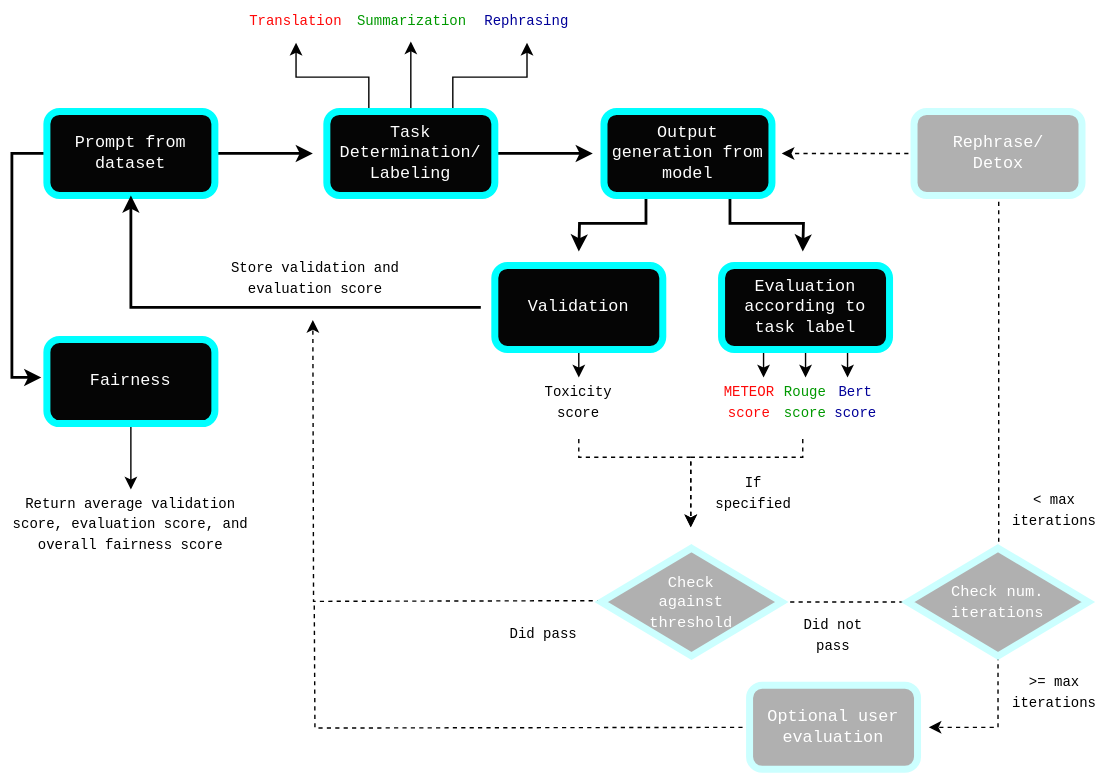
Earlier version of the draw.io export images/workflow.svg (maamari/lares). Source tidied: cells renumbered, new cells last; positions are measured from the earlier drawing's top-left corner, leaving out a move shared by most shapes.
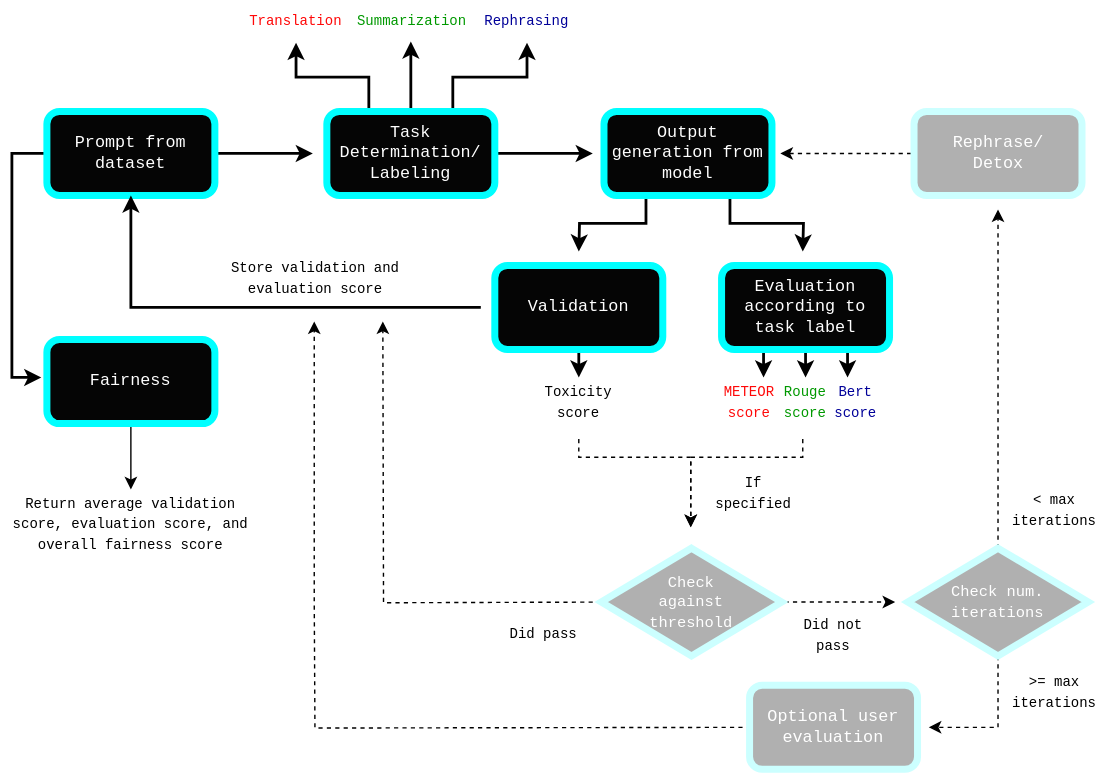
The same diagram one commit later.

Diff of the diagram source:
```diff
@@ -19,15 +19,15 @@
     <mxCell id="4" value="Prompt from dataset" style="rounded=1;whiteSpace=wrap;html=1;fillColor=#050505;fontColor=#FFFFFF;strokeColor=#00FFFF;strokeWidth=5;fontFamily=Courier New;" parent="1" vertex="1">
       <mxGeometry x="30" y="79" width="120" height="60" as="geometry" />
     </mxCell>
-    <mxCell id="5" style="edgeStyle=orthogonalEdgeStyle;rounded=0;jettySize=auto;html=1;exitX=0.25;exitY=0;exitDx=0;exitDy=0;entryX=0.5;entryY=1;entryDx=0;entryDy=0;strokeWidth=1;" parent="1" edge="1" source="9" target="10">
+    <mxCell id="5" style="edgeStyle=orthogonalEdgeStyle;rounded=0;jettySize=auto;html=1;exitX=0.25;exitY=0;exitDx=0;exitDy=0;entryX=0.5;entryY=1;entryDx=0;entryDy=0;strokeWidth=2;" parent="1" edge="1" source="9" target="10">
       <mxGeometry relative="1" as="geometry" />
     </mxCell>
-    <mxCell id="6" style="edgeStyle=orthogonalEdgeStyle;rounded=0;jettySize=auto;html=1;exitX=0.5;exitY=0;exitDx=0;exitDy=0;strokeWidth=1;" parent="1" edge="1" source="9">
+    <mxCell id="6" style="edgeStyle=orthogonalEdgeStyle;rounded=0;jettySize=auto;html=1;exitX=0.5;exitY=0;exitDx=0;exitDy=0;strokeWidth=2;" parent="1" edge="1" source="9">
       <mxGeometry relative="1" as="geometry">
         <mxPoint x="290" y="29" as="targetPoint" />
       </mxGeometry>
     </mxCell>
-    <mxCell id="7" style="edgeStyle=orthogonalEdgeStyle;rounded=0;jettySize=auto;html=1;exitX=0.75;exitY=0;exitDx=0;exitDy=0;strokeWidth=1;" parent="1" edge="1" source="9" target="12">
+    <mxCell id="7" style="edgeStyle=orthogonalEdgeStyle;rounded=0;jettySize=auto;html=1;exitX=0.75;exitY=0;exitDx=0;exitDy=0;strokeWidth=2;" parent="1" edge="1" source="9" target="12">
       <mxGeometry relative="1" as="geometry" />
     </mxCell>
     <mxCell id="8" style="edgeStyle=orthogonalEdgeStyle;rounded=0;jettySize=auto;html=1;exitX=1;exitY=0.5;exitDx=0;exitDy=0;strokeWidth=2;" parent="1" edge="1" source="9">
@@ -60,17 +60,17 @@
     <mxCell id="15" value="Output generation from model" style="rounded=1;whiteSpace=wrap;html=1;fillColor=#050505;fontColor=#FFFFFF;strokeColor=#00FFFF;strokeWidth=5;fontFamily=Courier New;" parent="1" vertex="1">
       <mxGeometry x="428" y="79" width="120" height="60" as="geometry" />
     </mxCell>
-    <mxCell id="16" style="edgeStyle=orthogonalEdgeStyle;rounded=0;jettySize=auto;html=1;exitX=0.25;exitY=1;exitDx=0;exitDy=0;" parent="1" edge="1" source="19">
+    <mxCell id="16" style="edgeStyle=orthogonalEdgeStyle;rounded=0;jettySize=auto;html=1;exitX=0.25;exitY=1;exitDx=0;exitDy=0;strokeWidth=2;" parent="1" edge="1" source="19">
       <mxGeometry relative="1" as="geometry">
         <mxPoint x="542" y="269" as="targetPoint" />
       </mxGeometry>
     </mxCell>
-    <mxCell id="17" style="edgeStyle=orthogonalEdgeStyle;rounded=0;jettySize=auto;html=1;exitX=0.5;exitY=1;exitDx=0;exitDy=0;" parent="1" edge="1" source="19">
+    <mxCell id="17" style="edgeStyle=orthogonalEdgeStyle;rounded=0;jettySize=auto;html=1;exitX=0.5;exitY=1;exitDx=0;exitDy=0;strokeWidth=2;" parent="1" edge="1" source="19">
       <mxGeometry relative="1" as="geometry">
         <mxPoint x="572" y="269" as="targetPoint" />
       </mxGeometry>
     </mxCell>
-    <mxCell id="18" style="edgeStyle=orthogonalEdgeStyle;rounded=0;jettySize=auto;html=1;exitX=0.75;exitY=1;exitDx=0;exitDy=0;" parent="1" edge="1" source="19">
+    <mxCell id="18" style="edgeStyle=orthogonalEdgeStyle;rounded=0;jettySize=auto;html=1;exitX=0.75;exitY=1;exitDx=0;exitDy=0;strokeWidth=2;" parent="1" edge="1" source="19">
       <mxGeometry relative="1" as="geometry">
         <mxPoint x="602" y="269" as="targetPoint" />
       </mxGeometry>
@@ -78,7 +78,7 @@
     <mxCell id="19" value="Evaluation according to task label" style="rounded=1;whiteSpace=wrap;html=1;fillColor=#050505;fontColor=#FFFFFF;strokeColor=#00FFFF;strokeWidth=5;fontFamily=Courier New;" parent="1" vertex="1">
       <mxGeometry x="512" y="189" width="120" height="60" as="geometry" />
     </mxCell>
-    <mxCell id="20" style="edgeStyle=orthogonalEdgeStyle;rounded=0;jettySize=auto;html=1;exitX=0.5;exitY=1;exitDx=0;exitDy=0;" parent="1" edge="1" source="21">
+    <mxCell id="20" style="edgeStyle=orthogonalEdgeStyle;rounded=0;jettySize=auto;html=1;exitX=0.5;exitY=1;exitDx=0;exitDy=0;strokeWidth=2;" parent="1" edge="1" source="21">
       <mxGeometry relative="1" as="geometry">
         <mxPoint x="410" y="269" as="targetPoint" />
       </mxGeometry>
@@ -121,21 +121,18 @@
     <mxCell id="28" value="&lt;font style=&quot;font-size: 10px;&quot;&gt;&lt;font color=&quot;#000000&quot;&gt;If specified&lt;/font&gt;&lt;br&gt;&lt;/font&gt;" style="text;html=1;strokeColor=none;fillColor=none;align=center;verticalAlign=middle;whiteSpace=wrap;rounded=0;fontColor=#FF0808;fontFamily=Courier New;" parent="1" vertex="1">
       <mxGeometry x="505" y="337" width="60" height="30" as="geometry" />
     </mxCell>
-    <mxCell id="29" style="edgeStyle=orthogonalEdgeStyle;rounded=0;jettySize=auto;html=1;exitX=1;exitY=0.5;exitDx=0;exitDy=0;dashed=1;" parent="1" edge="1" source="31">
-      <mxGeometry relative="1" as="geometry">
-        <mxPoint x="555" y="109" as="targetPoint" />
-        <Array as="points">
-          <mxPoint x="710" y="430" />
-          <mxPoint x="710" y="109" />
-        </Array>
-      </mxGeometry>
-    </mxCell>
-    <mxCell id="30" style="edgeStyle=orthogonalEdgeStyle;rounded=0;orthogonalLoop=1;jettySize=auto;html=1;exitX=0;exitY=0.5;exitDx=0;exitDy=0;dashed=1;" parent="1" edge="1">
-      <mxGeometry relative="1" as="geometry">
-        <mxPoint x="426" y="428.5" as="sourcePoint" />
-        <mxPoint x="220" y="228" as="targetPoint" />
-      </mxGeometry>
-    </mxCell>
+    <mxCell id="46" style="edgeStyle=orthogonalEdgeStyle;rounded=0;orthogonalLoop=1;jettySize=auto;html=1;exitX=1;exitY=0.5;exitDx=0;exitDy=0;dashed=1;" parent="1" edge="1">
+      <mxGeometry relative="1" as="geometry">
+        <mxPoint x="551" y="429.5" as="sourcePoint" />
+        <mxPoint x="636" y="429.5" as="targetPoint" />
+      </mxGeometry>
+    </mxCell>
+    <mxCell id="47" style="edgeStyle=orthogonalEdgeStyle;rounded=0;orthogonalLoop=1;jettySize=auto;html=1;exitX=0;exitY=0.5;exitDx=0;exitDy=0;endArrow=classic;endFill=1;dashed=1;" parent="1" edge="1">
+      <mxGeometry relative="1" as="geometry">
+        <mxPoint x="432" y="429.5" as="sourcePoint" />
+        <mxPoint x="270" y="229" as="targetPoint" />
+      </mxGeometry>
+    </mxCell>
     <mxCell id="31" value="&lt;font style=&quot;font-size: 11px;&quot;&gt;Check &lt;br&gt;against &lt;br&gt;threshold&lt;/font&gt;" style="rhombus;whiteSpace=wrap;html=1;strokeWidth=5;strokeColor=#CCFFFF;fillColor=#B0B0B0;fontFamily=Courier New;fontColor=#FFFFFF;" parent="1" vertex="1">
       <mxGeometry x="426" y="391" width="129" height="77" as="geometry" />
     </mxCell>
@@ -175,6 +172,11 @@
         </Array>
       </mxGeometry>
     </mxCell>
+    <mxCell id="48" style="edgeStyle=orthogonalEdgeStyle;rounded=0;jettySize=auto;html=1;exitX=0.5;exitY=0;exitDx=0;exitDy=0;dashed=1;" parent="1" edge="1" source="40">
+      <mxGeometry relative="1" as="geometry">
+        <mxPoint x="709.5" y="149" as="targetPoint" />
+      </mxGeometry>
+    </mxCell>
     <mxCell id="40" value="&lt;span style=&quot;font-size: 11px;&quot;&gt;Check num. iterations&lt;/span&gt;" style="rhombus;whiteSpace=wrap;html=1;strokeWidth=5;strokeColor=#CCFFFF;fillColor=#B0B0B0;fontFamily=Courier New;fontColor=#FFFFFF;" parent="1" vertex="1">
       <mxGeometry x="645" y="391" width="129" height="77" as="geometry" />
     </mxCell>
@@ -193,8 +195,20 @@
     <mxCell id="44" value="Optional user evaluation" style="rounded=1;whiteSpace=wrap;html=1;fillColor=#B0B0B0;fontColor=#FFFFFF;strokeColor=#CCFFFF;strokeWidth=5;fontFamily=Courier New;" parent="1" vertex="1">
       <mxGeometry x="532" y="489" width="120" height="60" as="geometry" />
     </mxCell>
+    <mxCell id="49" style="edgeStyle=orthogonalEdgeStyle;rounded=0;orthogonalLoop=1;jettySize=auto;html=1;exitX=0;exitY=0.5;exitDx=0;exitDy=0;dashed=1;" parent="1" edge="1">
+      <mxGeometry relative="1" as="geometry">
+        <mxPoint x="653.5" y="109" as="sourcePoint" />
+        <mxPoint x="554" y="109" as="targetPoint" />
+      </mxGeometry>
+    </mxCell>
     <mxCell id="45" value="Rephrase/&lt;br&gt;Detox" style="rounded=1;whiteSpace=wrap;html=1;fillColor=#B0B0B0;fontColor=#FFFFFF;strokeColor=#CCFFFF;strokeWidth=5;fontFamily=Courier New;" parent="1" vertex="1">
       <mxGeometry x="649.5" y="79" width="120" height="60" as="geometry" />
     </mxCell>
+    <mxCell id="50" style="endArrow=classic;html=1;rounded=0;dashed=1;" parent="1" edge="1">
+      <mxGeometry relative="1" as="geometry">
+        <mxPoint x="221" y="429" as="sourcePoint" />
+        <mxPoint x="221" y="229" as="targetPoint" />
+      </mxGeometry>
+    </mxCell>
   </root>
 </mxGraphModel>
```
